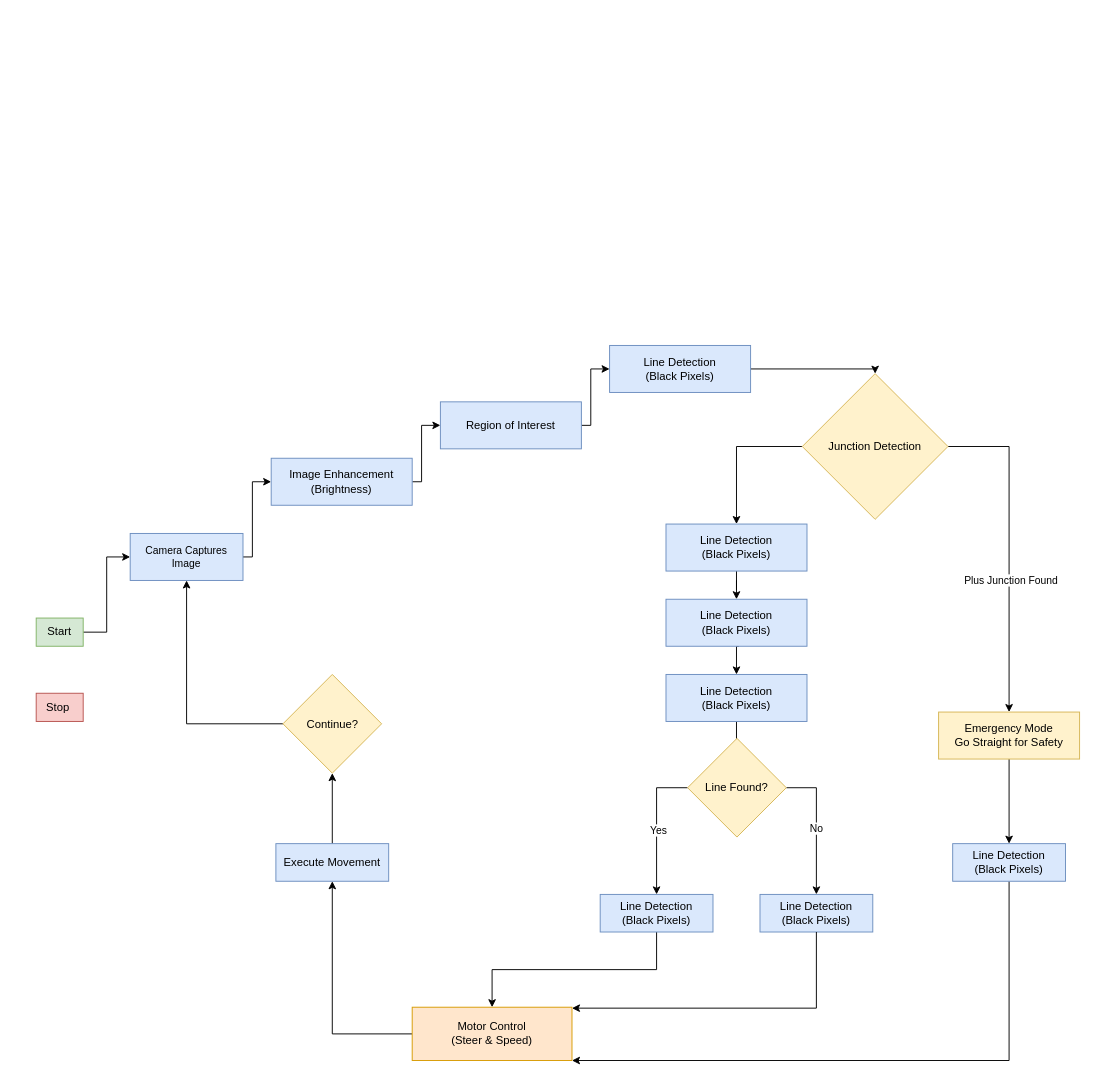
Before: code_flow2.drawio in SyedSiddiqShakir/msc_iot_academic, a draw.io diagram. Source tidied: cells renumbered, new cells numbered last; positions are measured from the earlier drawing's top-left corner, leaving out a move shared by most shapes. Both pictures are drawn from the tidied source at 94%, with x=0, y=0 at pixel (36, 345).
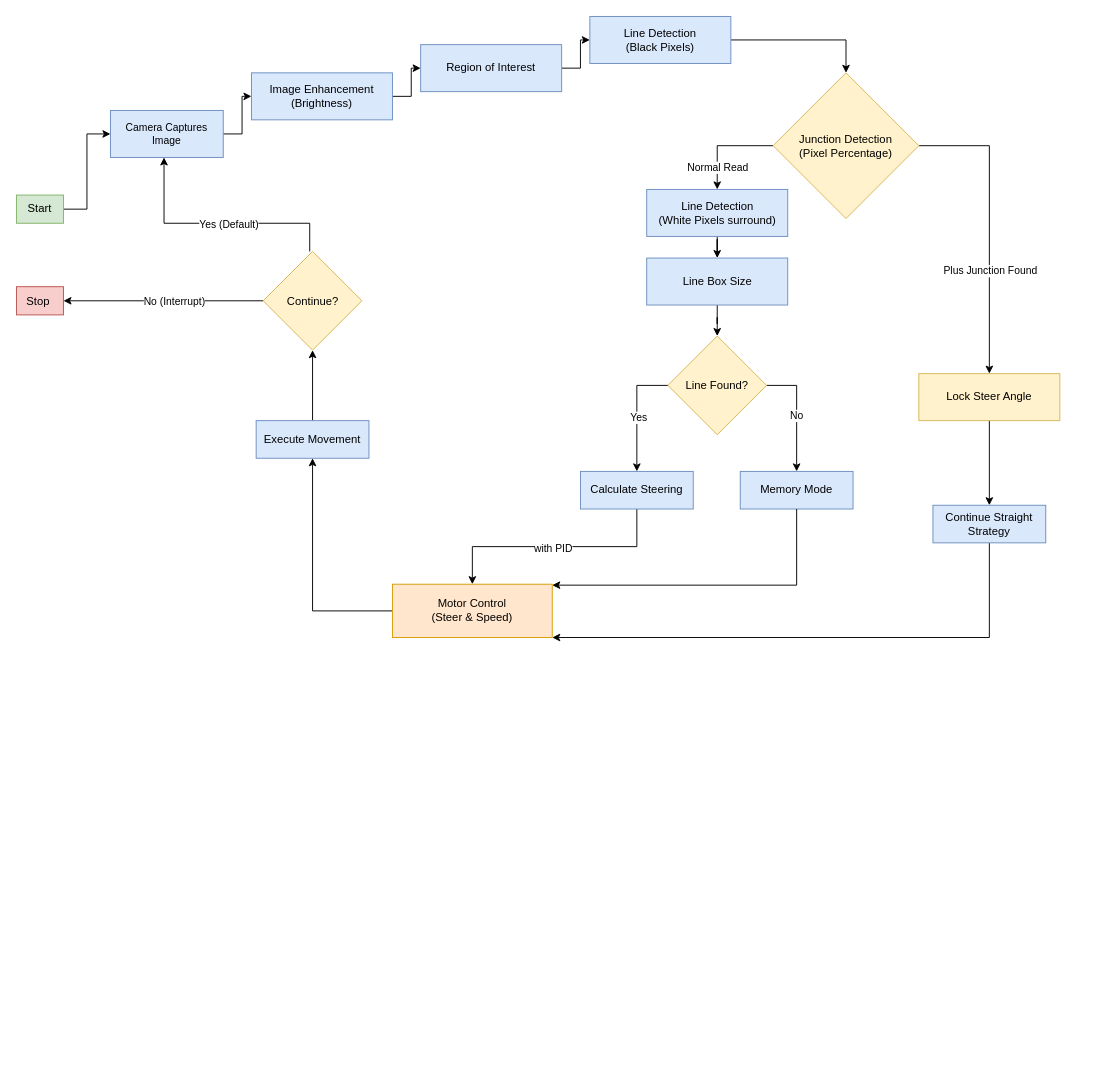
After the change.

Change to the diagram source:
```diff
@@
-    <mxCell id="2" style="edgeStyle=orthogonalEdgeStyle;rounded=0;jettySize=auto;html=1;entryX=0;entryY=0.5;entryDx=0;entryDy=0;" parent="1" edge="1" source="3" target="5">
+    <mxCell id="2" style="edgeStyle=orthogonalEdgeStyle;rounded=0;jettySize=auto;html=1;entryX=0;entryY=0.5;entryDx=0;entryDy=0;flowAnimation=0;" parent="1" edge="1" source="3" target="5">
       <mxGeometry relative="1" as="geometry" />
     </mxCell>
     <mxCell id="3" value="Start" style="rounded=0;whiteSpace=wrap;html=1;fontSize=12;fillColor=#d5e8d4;strokeColor=#82b366;" parent="1" vertex="1">
-      <mxGeometry y="290" width="50" height="30" as="geometry" />
+      <mxGeometry x="-21" y="-160" width="50" height="30" as="geometry" />
     </mxCell>
-    <mxCell id="4" style="edgeStyle=orthogonalEdgeStyle;rounded=0;jettySize=auto;html=1;entryX=0;entryY=0.5;entryDx=0;entryDy=0;" parent="1" edge="1" source="5" target="7">
-      <mxGeometry relative="1" as="geometry">
-        <Array as="points">
-          <mxPoint x="230" y="225" />
-          <mxPoint x="230" y="145" />
-        </Array>
-      </mxGeometry>
+    <mxCell id="4" style="edgeStyle=orthogonalEdgeStyle;rounded=0;jettySize=auto;html=1;entryX=0;entryY=0.5;entryDx=0;entryDy=0;flowAnimation=1;" parent="1" edge="1" source="5" target="7">
+      <mxGeometry relative="1" as="geometry" />
     </mxCell>
     <mxCell id="5" value="Camera Captures Image" style="rounded=0;whiteSpace=wrap;html=1;fillColor=#dae8fc;strokeColor=#6c8ebf;fontSize=11;" parent="1" vertex="1">
-      <mxGeometry x="100" y="200" width="120" height="50" as="geometry" />
+      <mxGeometry x="79" y="-250" width="120" height="50" as="geometry" />
     </mxCell>
-    <mxCell id="6" style="edgeStyle=orthogonalEdgeStyle;rounded=0;jettySize=auto;html=1;entryX=0;entryY=0.5;entryDx=0;entryDy=0;" parent="1" edge="1" source="7" target="9">
-      <mxGeometry relative="1" as="geometry">
-        <Array as="points">
-          <mxPoint x="410" y="145" />
-          <mxPoint x="410" y="85" />
-        </Array>
-      </mxGeometry>
+    <mxCell id="6" style="edgeStyle=orthogonalEdgeStyle;rounded=0;jettySize=auto;html=1;entryX=0;entryY=0.5;entryDx=0;entryDy=0;flowAnimation=1;" parent="1" edge="1" source="7" target="9">
+      <mxGeometry relative="1" as="geometry" />
     </mxCell>
     <mxCell id="7" value="Image Enhancement&lt;div&gt;(Brightness)&lt;/div&gt;" style="rounded=0;whiteSpace=wrap;html=1;fillColor=#dae8fc;strokeColor=#6c8ebf;" parent="1" vertex="1">
-      <mxGeometry x="250" y="120" width="150" height="50" as="geometry" />
+      <mxGeometry x="229" y="-290" width="150" height="50" as="geometry" />
     </mxCell>
-    <mxCell id="8" style="edgeStyle=orthogonalEdgeStyle;rounded=0;jettySize=auto;html=1;entryX=0;entryY=0.5;entryDx=0;entryDy=0;" parent="1" edge="1" source="9" target="11">
-      <mxGeometry relative="1" as="geometry">
-        <Array as="points">
-          <mxPoint x="590" y="85" />
-          <mxPoint x="590" y="25" />
-        </Array>
-      </mxGeometry>
+    <mxCell id="8" style="edgeStyle=orthogonalEdgeStyle;rounded=0;jettySize=auto;html=1;entryX=0;entryY=0.5;entryDx=0;entryDy=0;flowAnimation=1;" parent="1" edge="1" source="9" target="11">
+      <mxGeometry relative="1" as="geometry" />
     </mxCell>
     <mxCell id="9" value="Region of Interest" style="rounded=0;whiteSpace=wrap;html=1;fillColor=#dae8fc;strokeColor=#6c8ebf;" parent="1" vertex="1">
-      <mxGeometry x="430" y="60" width="150" height="50" as="geometry" />
+      <mxGeometry x="409" y="-320" width="150" height="50" as="geometry" />
     </mxCell>
-    <mxCell id="10" style="edgeStyle=orthogonalEdgeStyle;rounded=0;jettySize=auto;html=1;entryX=0.5;entryY=0;entryDx=0;entryDy=0;" parent="1" edge="1" source="11" target="15">
-      <mxGeometry relative="1" as="geometry">
-        <Array as="points">
-          <mxPoint x="893" y="25" />
-        </Array>
-      </mxGeometry>
+    <mxCell id="10" style="edgeStyle=orthogonalEdgeStyle;rounded=0;jettySize=auto;html=1;entryX=0.5;entryY=0;entryDx=0;entryDy=0;flowAnimation=1;" parent="1" edge="1" source="11" target="15">
+      <mxGeometry relative="1" as="geometry" />
     </mxCell>
     <mxCell id="11" value="Line Detection&lt;div&gt;(Black Pixels&lt;span style=&quot;background-color: transparent; color: light-dark(rgb(0, 0, 0), rgb(255, 255, 255));&quot;&gt;)&lt;/span&gt;&lt;/div&gt;" style="rounded=0;whiteSpace=wrap;html=1;fillColor=#dae8fc;strokeColor=#6c8ebf;" parent="1" vertex="1">
-      <mxGeometry x="610" width="150" height="50" as="geometry" />
+      <mxGeometry x="589" y="-350" width="150" height="50" as="geometry" />
     </mxCell>
-    <mxCell id="12" style="edgeStyle=orthogonalEdgeStyle;rounded=0;jettySize=auto;html=1;entryX=0.5;entryY=0;entryDx=0;entryDy=0;exitX=1;exitY=0.5;exitDx=0;exitDy=0;" parent="1" edge="1" source="15" target="28">
+    <mxCell id="12" style="edgeStyle=orthogonalEdgeStyle;rounded=0;jettySize=auto;html=1;entryX=0.5;entryY=0;entryDx=0;entryDy=0;exitX=1;exitY=0.5;exitDx=0;exitDy=0;shadow=0;flowAnimation=1;" parent="1" edge="1" source="15" target="28">
       <mxGeometry relative="1" as="geometry">
         <Array as="points">
-          <mxPoint x="1035" y="107" />
+          <mxPoint x="1014" y="-212" />
         </Array>
       </mxGeometry>
     </mxCell>
     <mxCell id="13" value="Plus Junction Found" style="edgeLabel;html=1;align=center;verticalAlign=middle;" parent="12" vertex="1">
-      <mxGeometry x="0.19" y="1" relative="1" as="geometry" />
+      <mxGeometry x="0.19" y="1" relative="1" as="geometry">
+        <mxPoint x="-1" y="19" as="offset" />
+      </mxGeometry>
     </mxCell>
-    <mxCell id="14" style="edgeStyle=orthogonalEdgeStyle;rounded=0;jettySize=auto;html=1;entryX=0.5;entryY=0;entryDx=0;entryDy=0;exitX=0;exitY=0.5;exitDx=0;exitDy=0;" parent="1" edge="1" source="15" target="17">
+    <mxCell id="14" style="edgeStyle=orthogonalEdgeStyle;rounded=0;jettySize=auto;html=1;entryX=0.5;entryY=0;entryDx=0;entryDy=0;exitX=0;exitY=0.5;exitDx=0;exitDy=0;flowAnimation=1;" parent="1" edge="1" source="15" target="17">
       <mxGeometry relative="1" as="geometry" />
     </mxCell>
+    <mxCell id="42" value="Normal Read" style="edgeLabel;html=1;align=center;verticalAlign=middle;" parent="14" vertex="1">
+      <mxGeometry x="0.38" y="2" relative="1" as="geometry">
+        <mxPoint x="-2" y="9" as="offset" />
+      </mxGeometry>
+    </mxCell>
-    <mxCell id="15" value="Junction Detection" style="rhombus;whiteSpace=wrap;html=1;fillColor=#fff2cc;strokeColor=#d6b656;" parent="1" vertex="1">
-      <mxGeometry x="815" y="30" width="155" height="155" as="geometry" />
+    <mxCell id="15" value="Junction Detection&lt;div&gt;(Pixel Percentage)&lt;/div&gt;" style="rhombus;whiteSpace=wrap;html=1;fillColor=#fff2cc;strokeColor=#d6b656;" parent="1" vertex="1">
+      <mxGeometry x="784" y="-290" width="155" height="155" as="geometry" />
     </mxCell>
-    <mxCell id="16" style="edgeStyle=orthogonalEdgeStyle;rounded=0;jettySize=auto;html=1;entryX=0.5;entryY=0;entryDx=0;entryDy=0;" parent="1" edge="1" source="17" target="19">
-      <mxGeometry relative="1" as="geometry" />
-    </mxCell>
+    <mxCell id="43" style="edgeStyle=orthogonalEdgeStyle;rounded=0;jettySize=auto;html=1;entryX=0.5;entryY=0;entryDx=0;entryDy=0;flowAnimation=1;" parent="1" edge="1" source="17" target="49">
+      <mxGeometry relative="1" as="geometry" />
+    </mxCell>
-    <mxCell id="17" value="Line Detection&lt;div&gt;(Black Pixels&lt;span style=&quot;background-color: transparent; color: light-dark(rgb(0, 0, 0), rgb(255, 255, 255));&quot;&gt;)&lt;/span&gt;&lt;/div&gt;" style="rounded=0;whiteSpace=wrap;html=1;fillColor=#dae8fc;strokeColor=#6c8ebf;" parent="1" vertex="1">
-      <mxGeometry x="670" y="190" width="150" height="50" as="geometry" />
+    <mxCell id="17" value="Line Detection&lt;div&gt;(White Pixels surround)&lt;/div&gt;" style="rounded=0;whiteSpace=wrap;html=1;fillColor=#dae8fc;strokeColor=#6c8ebf;" parent="1" vertex="1">
+      <mxGeometry x="649.5" y="-166" width="150" height="50" as="geometry" />
     </mxCell>
-    <mxCell id="18" style="edgeStyle=orthogonalEdgeStyle;rounded=0;jettySize=auto;html=1;entryX=0.5;entryY=0;entryDx=0;entryDy=0;" parent="1" edge="1" target="21">
-      <mxGeometry relative="1" as="geometry">
-        <mxPoint x="747.5" y="320" as="sourcePoint" />
-      </mxGeometry>
-    </mxCell>
-    <mxCell id="19" value="Line Detection&lt;div&gt;(Black Pixels&lt;span style=&quot;background-color: transparent; color: light-dark(rgb(0, 0, 0), rgb(255, 255, 255));&quot;&gt;)&lt;/span&gt;&lt;/div&gt;" style="rounded=0;whiteSpace=wrap;html=1;fillColor=#dae8fc;strokeColor=#6c8ebf;" parent="1" vertex="1">
-      <mxGeometry x="670" y="270" width="150" height="50" as="geometry" />
-    </mxCell>
-    <mxCell id="20" style="edgeStyle=orthogonalEdgeStyle;rounded=0;jettySize=auto;html=1;entryX=0.5;entryY=0;entryDx=0;entryDy=0;" parent="1" edge="1" source="21" target="26">
-      <mxGeometry relative="1" as="geometry" />
-    </mxCell>
-    <mxCell id="21" value="Line Detection&lt;div&gt;(Black Pixels&lt;span style=&quot;background-color: transparent; color: light-dark(rgb(0, 0, 0), rgb(255, 255, 255));&quot;&gt;)&lt;/span&gt;&lt;/div&gt;" style="rounded=0;whiteSpace=wrap;html=1;fillColor=#dae8fc;strokeColor=#6c8ebf;" parent="1" vertex="1">
-      <mxGeometry x="670" y="350" width="150" height="50" as="geometry" />
-    </mxCell>
-    <mxCell id="22" style="edgeStyle=orthogonalEdgeStyle;rounded=0;jettySize=auto;html=1;entryX=0.5;entryY=0;entryDx=0;entryDy=0;exitX=0;exitY=0.5;exitDx=0;exitDy=0;" parent="1" edge="1" source="26" target="30">
+    <mxCell id="22" style="edgeStyle=orthogonalEdgeStyle;rounded=0;jettySize=auto;html=1;entryX=0.5;entryY=0;entryDx=0;entryDy=0;exitX=0;exitY=0.5;exitDx=0;exitDy=0;flowAnimation=1;" parent="1" edge="1" source="26" target="30">
       <mxGeometry relative="1" as="geometry" />
     </mxCell>
@@
-    <mxCell id="24" style="edgeStyle=orthogonalEdgeStyle;rounded=0;jettySize=auto;html=1;entryX=0.5;entryY=0;entryDx=0;entryDy=0;exitX=1;exitY=0.5;exitDx=0;exitDy=0;" parent="1" edge="1" source="26" target="31">
+    <mxCell id="24" style="edgeStyle=orthogonalEdgeStyle;rounded=0;jettySize=auto;html=1;entryX=0.5;entryY=0;entryDx=0;entryDy=0;exitX=1;exitY=0.5;exitDx=0;exitDy=0;flowAnimation=1;" parent="1" edge="1" source="26" target="31">
       <mxGeometry relative="1" as="geometry" />
     </mxCell>
@@
     <mxCell id="26" value="Line Found?" style="rhombus;whiteSpace=wrap;html=1;fillColor=#fff2cc;strokeColor=#d6b656;" parent="1" vertex="1">
-      <mxGeometry x="693" y="418" width="105" height="105" as="geometry" />
+      <mxGeometry x="672" y="-10" width="105" height="105" as="geometry" />
     </mxCell>
-    <mxCell id="27" style="edgeStyle=orthogonalEdgeStyle;rounded=0;jettySize=auto;html=1;entryX=0.5;entryY=0;entryDx=0;entryDy=0;" parent="1" edge="1" source="28" target="33">
+    <mxCell id="27" style="edgeStyle=orthogonalEdgeStyle;rounded=0;jettySize=auto;html=1;entryX=0.5;entryY=0;entryDx=0;entryDy=0;flowAnimation=1;" parent="1" edge="1" source="28" target="33">
       <mxGeometry relative="1" as="geometry" />
     </mxCell>
-    <mxCell id="28" value="Emergency Mode&lt;div&gt;Go Straight for Safety&lt;/div&gt;" style="rounded=0;whiteSpace=wrap;html=1;fillColor=#fff2cc;strokeColor=#d6b656;" parent="1" vertex="1">
-      <mxGeometry x="960" y="390" width="150" height="50" as="geometry" />
+    <mxCell id="28" value="Lock Steer Angle" style="rounded=0;whiteSpace=wrap;html=1;fillColor=#fff2cc;strokeColor=#d6b656;" parent="1" vertex="1">
+      <mxGeometry x="939" y="30" width="150" height="50" as="geometry" />
     </mxCell>
-    <mxCell id="29" style="edgeStyle=orthogonalEdgeStyle;rounded=0;jettySize=auto;html=1;entryX=0.5;entryY=0;entryDx=0;entryDy=0;exitX=0.5;exitY=1;exitDx=0;exitDy=0;" parent="1" edge="1" source="30" target="35">
+    <mxCell id="29" style="edgeStyle=orthogonalEdgeStyle;rounded=0;jettySize=auto;html=1;entryX=0.5;entryY=0;entryDx=0;entryDy=0;exitX=0.5;exitY=1;exitDx=0;exitDy=0;flowAnimation=1;" parent="1" edge="1" source="30" target="35">
       <mxGeometry relative="1" as="geometry" />
     </mxCell>
+    <mxCell id="44" value="with PID" style="edgeLabel;html=1;align=center;verticalAlign=middle;" parent="29" vertex="1">
+      <mxGeometry x="0.02" y="1" relative="1" as="geometry" />
+    </mxCell>
-    <mxCell id="30" value="Line Detection&lt;div&gt;(Black Pixels&lt;span style=&quot;background-color: transparent; color: light-dark(rgb(0, 0, 0), rgb(255, 255, 255));&quot;&gt;)&lt;/span&gt;&lt;/div&gt;" style="rounded=0;whiteSpace=wrap;html=1;fillColor=#dae8fc;strokeColor=#6c8ebf;" parent="1" vertex="1">
-      <mxGeometry x="600" y="584" width="120" height="40" as="geometry" />
+    <mxCell id="30" value="&lt;div&gt;Calculate Steering&lt;/div&gt;" style="rounded=0;whiteSpace=wrap;html=1;fillColor=#dae8fc;strokeColor=#6c8ebf;" parent="1" vertex="1">
+      <mxGeometry x="579" y="134" width="120" height="40" as="geometry" />
     </mxCell>
-    <mxCell id="31" value="Line Detection&lt;div&gt;(Black Pixels&lt;span style=&quot;background-color: transparent; color: light-dark(rgb(0, 0, 0), rgb(255, 255, 255));&quot;&gt;)&lt;/span&gt;&lt;/div&gt;" style="rounded=0;whiteSpace=wrap;html=1;fillColor=#dae8fc;strokeColor=#6c8ebf;" parent="1" vertex="1">
-      <mxGeometry x="770" y="584" width="120" height="40" as="geometry" />
+    <mxCell id="31" value="Memory Mode" style="rounded=0;whiteSpace=wrap;html=1;fillColor=#dae8fc;strokeColor=#6c8ebf;" parent="1" vertex="1">
+      <mxGeometry x="749" y="134" width="120" height="40" as="geometry" />
     </mxCell>
-    <mxCell id="32" style="edgeStyle=orthogonalEdgeStyle;rounded=0;jettySize=auto;html=1;entryX=1;entryY=1;entryDx=0;entryDy=0;exitX=0.5;exitY=1;exitDx=0;exitDy=0;" parent="1" edge="1" source="33" target="35">
+    <mxCell id="32" style="edgeStyle=orthogonalEdgeStyle;rounded=0;jettySize=auto;html=1;entryX=1;entryY=1;entryDx=0;entryDy=0;exitX=0.5;exitY=1;exitDx=0;exitDy=0;flowAnimation=1;" parent="1" edge="1" source="33" target="35">
       <mxGeometry relative="1" as="geometry">
         <Array as="points">
-          <mxPoint x="1035" y="760" />
-          <mxPoint x="570" y="760" />
+          <mxPoint x="1014" y="310" />
+          <mxPoint x="549" y="310" />
         </Array>
       </mxGeometry>
     </mxCell>
-    <mxCell id="33" value="Line Detection&lt;div&gt;(Black Pixels&lt;span style=&quot;background-color: transparent; color: light-dark(rgb(0, 0, 0), rgb(255, 255, 255));&quot;&gt;)&lt;/span&gt;&lt;/div&gt;" style="rounded=0;whiteSpace=wrap;html=1;fillColor=#dae8fc;strokeColor=#6c8ebf;" parent="1" vertex="1">
-      <mxGeometry x="975" y="530" width="120" height="40" as="geometry" />
+    <mxCell id="33" value="Continue Straight Strategy" style="rounded=0;whiteSpace=wrap;html=1;fillColor=#dae8fc;strokeColor=#6c8ebf;" parent="1" vertex="1">
+      <mxGeometry x="954" y="170" width="120" height="40" as="geometry" />
     </mxCell>
-    <mxCell id="34" style="edgeStyle=orthogonalEdgeStyle;rounded=0;jettySize=auto;html=1;entryX=0.5;entryY=1;entryDx=0;entryDy=0;" parent="1" edge="1" source="35" target="38">
+    <mxCell id="34" style="edgeStyle=orthogonalEdgeStyle;rounded=0;jettySize=auto;html=1;entryX=0.5;entryY=1;entryDx=0;entryDy=0;flowAnimation=1;" parent="1" edge="1" source="35" target="38">
       <mxGeometry relative="1" as="geometry" />
     </mxCell>
     <mxCell id="35" value="Motor Control&lt;div&gt;(Steer &amp;amp; Speed)&lt;/div&gt;" style="rounded=0;whiteSpace=wrap;html=1;fillColor=#ffe6cc;strokeColor=#d79b00;" parent="1" vertex="1">
-      <mxGeometry x="400" y="704" width="170" height="56.7" as="geometry" />
+      <mxGeometry x="379" y="254" width="170" height="56.7" as="geometry" />
     </mxCell>
-    <mxCell id="36" style="edgeStyle=orthogonalEdgeStyle;rounded=0;jettySize=auto;html=1;" parent="1" edge="1" source="31">
+    <mxCell id="36" style="edgeStyle=orthogonalEdgeStyle;rounded=0;jettySize=auto;html=1;flowAnimation=1;" parent="1" edge="1" source="31">
       <mxGeometry relative="1" as="geometry">
-        <mxPoint x="570" y="705" as="targetPoint" />
+        <mxPoint x="549" y="255" as="targetPoint" />
         <Array as="points">
-          <mxPoint x="830" y="705" />
+          <mxPoint x="809" y="255" />
         </Array>
       </mxGeometry>
     </mxCell>
-    <mxCell id="37" style="edgeStyle=orthogonalEdgeStyle;rounded=0;jettySize=auto;html=1;entryX=0.5;entryY=1;entryDx=0;entryDy=0;" parent="1" edge="1" source="38" target="40">
+    <mxCell id="37" style="edgeStyle=orthogonalEdgeStyle;rounded=0;jettySize=auto;html=1;entryX=0.5;entryY=1;entryDx=0;entryDy=0;flowAnimation=1;" parent="1" edge="1" source="38" target="40">
       <mxGeometry relative="1" as="geometry" />
     </mxCell>
     <mxCell id="38" value="Execute Movement" style="rounded=0;whiteSpace=wrap;html=1;fillColor=#dae8fc;strokeColor=#6c8ebf;" parent="1" vertex="1">
-      <mxGeometry x="255" y="530" width="120" height="40" as="geometry" />
+      <mxGeometry x="234" y="80" width="120" height="40" as="geometry" />
     </mxCell>
-    <mxCell id="39" style="edgeStyle=orthogonalEdgeStyle;rounded=0;jettySize=auto;html=1;entryX=0.5;entryY=1;entryDx=0;entryDy=0;" parent="1" edge="1" source="40" target="5">
-      <mxGeometry relative="1" as="geometry" />
+    <mxCell id="39" style="edgeStyle=orthogonalEdgeStyle;rounded=0;orthogonalLoop=1;jettySize=auto;html=1;entryX=0.5;entryY=1;entryDx=0;entryDy=0;flowAnimation=1;" parent="1" edge="1">
+      <mxGeometry relative="1" as="geometry">
+        <mxPoint x="291" y="-100" as="sourcePoint" />
+        <mxPoint x="136" y="-200" as="targetPoint" />
+        <Array as="points">
+          <mxPoint x="291" y="-130" />
+          <mxPoint x="136" y="-130" />
+        </Array>
+      </mxGeometry>
     </mxCell>
+    <mxCell id="45" value="Yes (Default)" style="edgeLabel;html=1;align=center;verticalAlign=middle;" parent="39" vertex="1">
+      <mxGeometry x="-0.14" y="1" relative="1" as="geometry">
+        <mxPoint x="-7" as="offset" />
+      </mxGeometry>
+    </mxCell>
+    <mxCell id="46" style="edgeStyle=orthogonalEdgeStyle;rounded=0;jettySize=auto;html=1;flowAnimation=0;" parent="1" edge="1" source="40" target="41">
+      <mxGeometry relative="1" as="geometry" />
+    </mxCell>
+    <mxCell id="47" value="No (Interrupt)" style="edgeLabel;html=1;align=center;verticalAlign=middle;" parent="46" vertex="1">
+      <mxGeometry x="-0.11" relative="1" as="geometry" />
+    </mxCell>
     <mxCell id="40" value="Continue?" style="rhombus;whiteSpace=wrap;html=1;fillColor=#fff2cc;strokeColor=#d6b656;" parent="1" vertex="1">
-      <mxGeometry x="262.5" y="350" width="105" height="105" as="geometry" />
+      <mxGeometry x="241.5" y="-100" width="105" height="105" as="geometry" />
     </mxCell>
     <mxCell id="41" value="Stop&amp;nbsp;" style="rounded=0;whiteSpace=wrap;html=1;fillColor=#f8cecc;strokeColor=#b85450;" parent="1" vertex="1">
-      <mxGeometry y="370" width="50" height="30" as="geometry" />
+      <mxGeometry x="-21" y="-62.5" width="50" height="30" as="geometry" />
     </mxCell>
+    <mxCell id="48" style="edgeStyle=orthogonalEdgeStyle;rounded=0;jettySize=auto;html=1;entryX=0.5;entryY=0;entryDx=0;entryDy=0;flowAnimation=1;" parent="1" edge="1" source="49" target="26">
+      <mxGeometry relative="1" as="geometry" />
+    </mxCell>
+    <mxCell id="49" value="Line Box Size" style="rounded=0;whiteSpace=wrap;html=1;fillColor=#dae8fc;strokeColor=#6c8ebf;" parent="1" vertex="1">
+      <mxGeometry x="649.5" y="-93" width="150" height="50" as="geometry" />
+    </mxCell>
```
